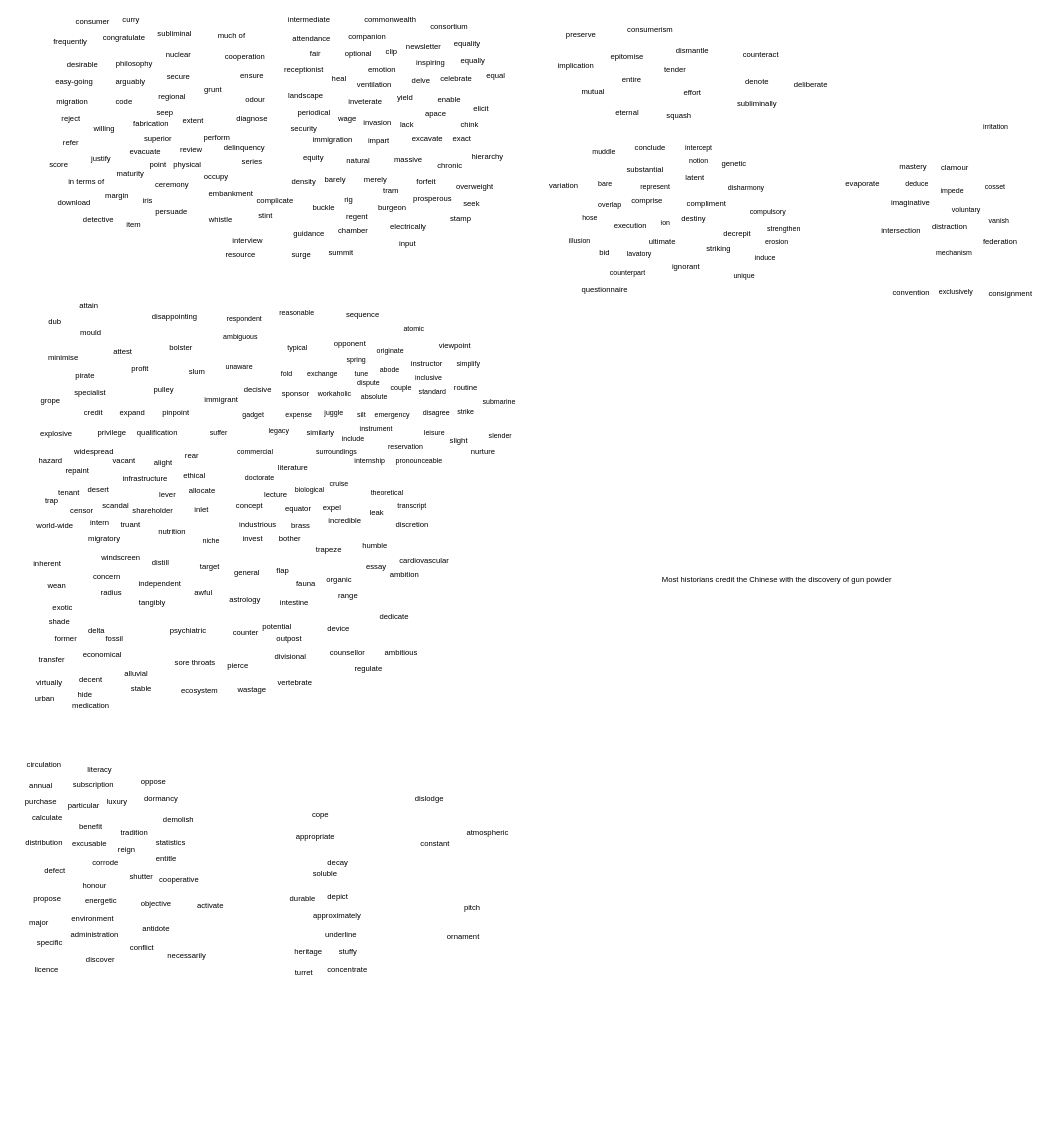
This is 2023-11-13.drawio from GC-L/hello-world, a draw.io file, before an edit. Source tidied: cells renumbered, new cells numbered last; positions are measured from the earlier drawing's top-left corner, leaving out a move shared by most shapes. Both pictures are drawn from the tidied source at 64%, with x=0, y=0 at pixel (19, 11).
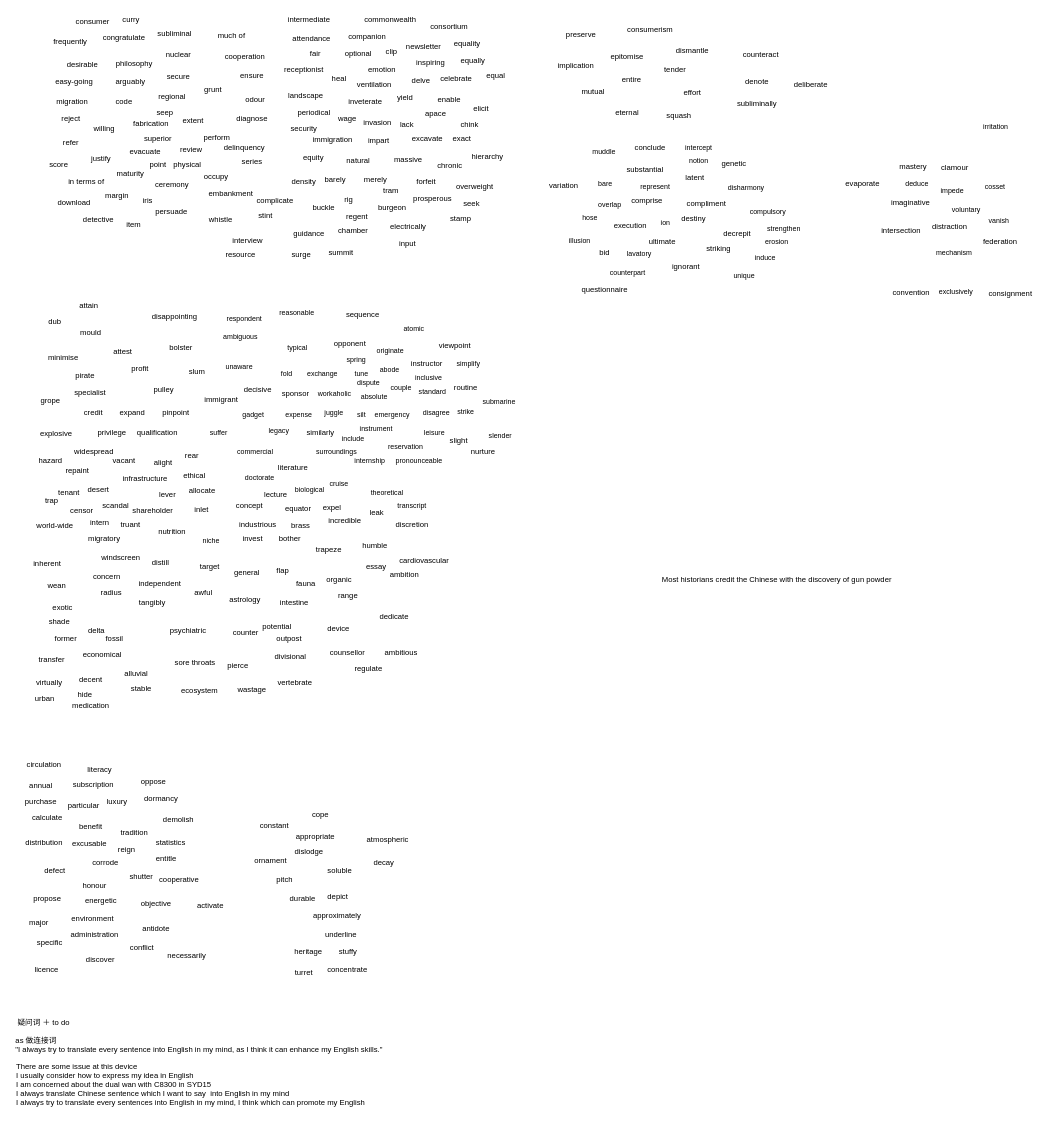
Above is the later version.

Diff of the diagram source:
```diff
@@
     <mxCell id="346" value="constant" style="text;html=1;align=center;verticalAlign=middle;strokeColor=none;fillColor=none;" parent="1" vertex="1">
-      <mxGeometry x="618" y="1287.5" width="63" height="26" as="geometry" />
+      <mxGeometry x="367.4" y="1259.5" width="63" height="26" as="geometry" />
     </mxCell>
@@
     <mxCell id="350" value="pitch" style="text;html=1;align=center;verticalAlign=middle;strokeColor=none;fillColor=none;" parent="1" vertex="1">
-      <mxGeometry x="686.5" y="1388" width="43" height="26" as="geometry" />
+      <mxGeometry x="393" y="1343.5" width="43" height="26" as="geometry" />
     </mxCell>
@@
     <mxCell id="359" value="decay" style="text;html=1;align=center;verticalAlign=middle;strokeColor=none;fillColor=none;" parent="1" vertex="1">
-      <mxGeometry x="473.4" y="1317.5" width="50" height="26" as="geometry" />
+      <mxGeometry x="545" y="1317.5" width="50" height="26" as="geometry" />
     </mxCell>
@@
     <mxCell id="368" value="ornament" style="text;html=1;align=center;verticalAlign=middle;strokeColor=none;fillColor=none;" parent="1" vertex="1">
-      <mxGeometry x="659" y="1432.5" width="69" height="26" as="geometry" />
+      <mxGeometry x="358.6" y="1313.5" width="69" height="26" as="geometry" />
     </mxCell>
@@
     <mxCell id="370" value="atmospheric" style="text;html=1;align=center;verticalAlign=middle;strokeColor=none;fillColor=none;" parent="1" vertex="1">
-      <mxGeometry x="690.5" y="1270.5" width="83" height="26" as="geometry" />
+      <mxGeometry x="534.4" y="1281" width="83" height="26" as="geometry" />
     </mxCell>
@@
     <mxCell id="374" value="dislodge" style="text;html=1;align=center;verticalAlign=middle;strokeColor=none;fillColor=none;" parent="1" vertex="1">
-      <mxGeometry x="609.9" y="1216.5" width="63" height="26" as="geometry" />
+      <mxGeometry x="421.9" y="1301" width="63" height="26" as="geometry" />
     </mxCell>
     <mxCell id="375" value="soluble" style="text;html=1;align=center;verticalAlign=middle;strokeColor=none;fillColor=none;" parent="1" vertex="1">
-      <mxGeometry x="450.4" y="1334" width="56" height="26" as="geometry" />
+      <mxGeometry x="473" y="1329.5" width="56" height="26" as="geometry" />
     </mxCell>
@@
+    <mxCell id="390" value="疑问词 ＋ to do&amp;nbsp;" style="text;html=1;align=center;verticalAlign=middle;strokeColor=none;fillColor=none;" parent="1" vertex="1">
+      <mxGeometry x="-12" y="1568" width="103" height="26" as="geometry" />
+    </mxCell>
+    <mxCell id="391" value="as 做连接词&lt;br&gt;&quot;I always try to translate every sentence into English in my mind, as I think it can enhance my English skills.&quot;" style="text;html=1;align=left;verticalAlign=middle;strokeColor=none;fillColor=none;" parent="1" vertex="1">
+      <mxGeometry x="-7" y="1594" width="591" height="41" as="geometry" />
+    </mxCell>
+    <mxCell id="392" value="There are some issue at this device&lt;br&gt;I usually consider how to express my idea in English&lt;br&gt;I am concerned about the dual wan with C8300 in SYD15&lt;br&gt;I always translate Chinese sentence which I want to say&amp;nbsp; into English in my mind&lt;br&gt;I always try to translate every sentences into English in my mind, I think which can promote my English" style="text;html=1;align=left;verticalAlign=middle;strokeColor=none;fillColor=none;" parent="1" vertex="1">
+      <mxGeometry x="-6" y="1635" width="563" height="84" as="geometry" />
+    </mxCell>
```
